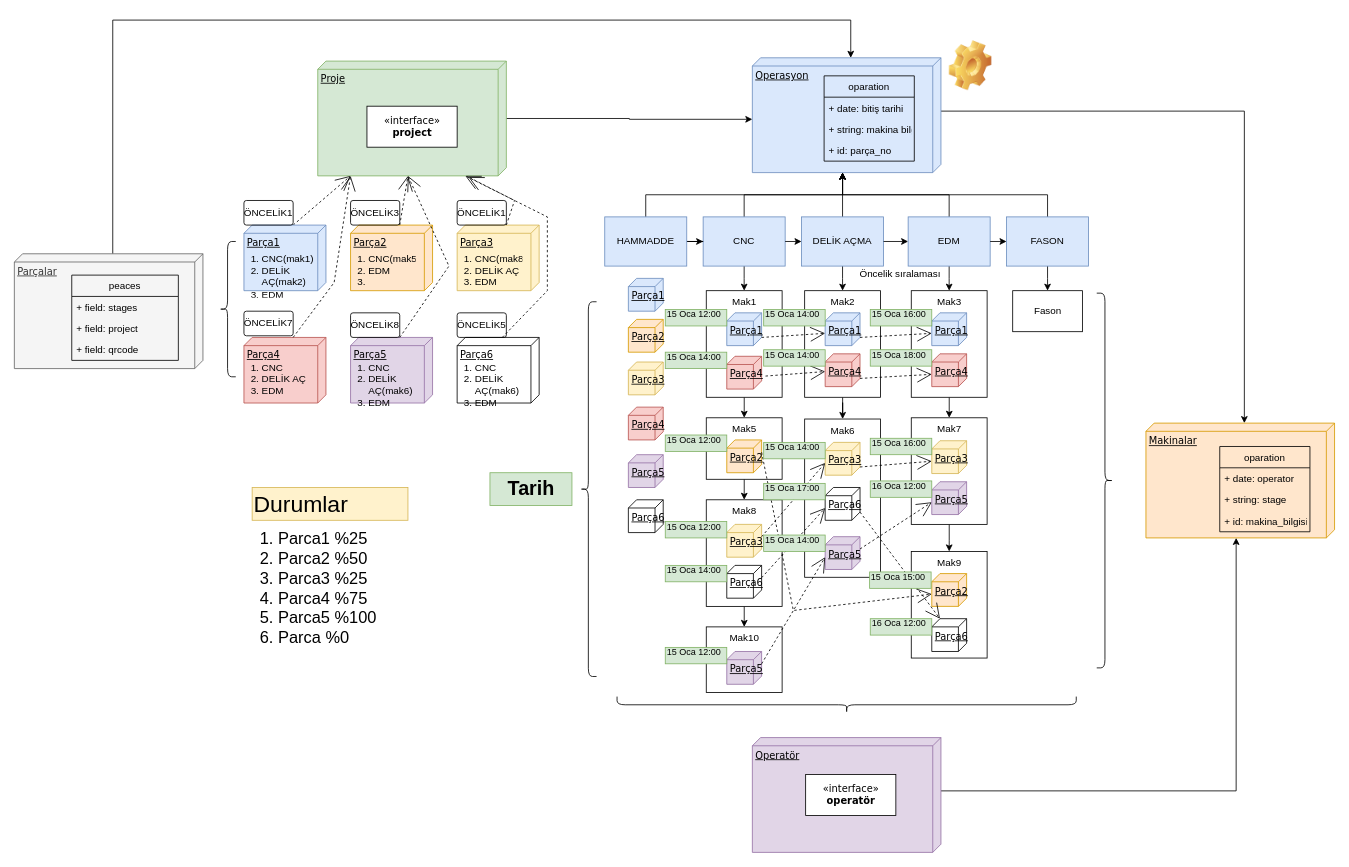
aygunoz/Angular-Plannig-App-All-Frontend keeps this draw.io diagram as Untitled Diagram.drawio. Above is the earlier version. Source tidied: cells renumbered, new cells numbered last; positions are measured from the earlier drawing's top-left corner, leaving out a move shared by most shapes. Both pictures are drawn from the tidied source at 82%, with x=0, y=0 at pixel (14, 20).
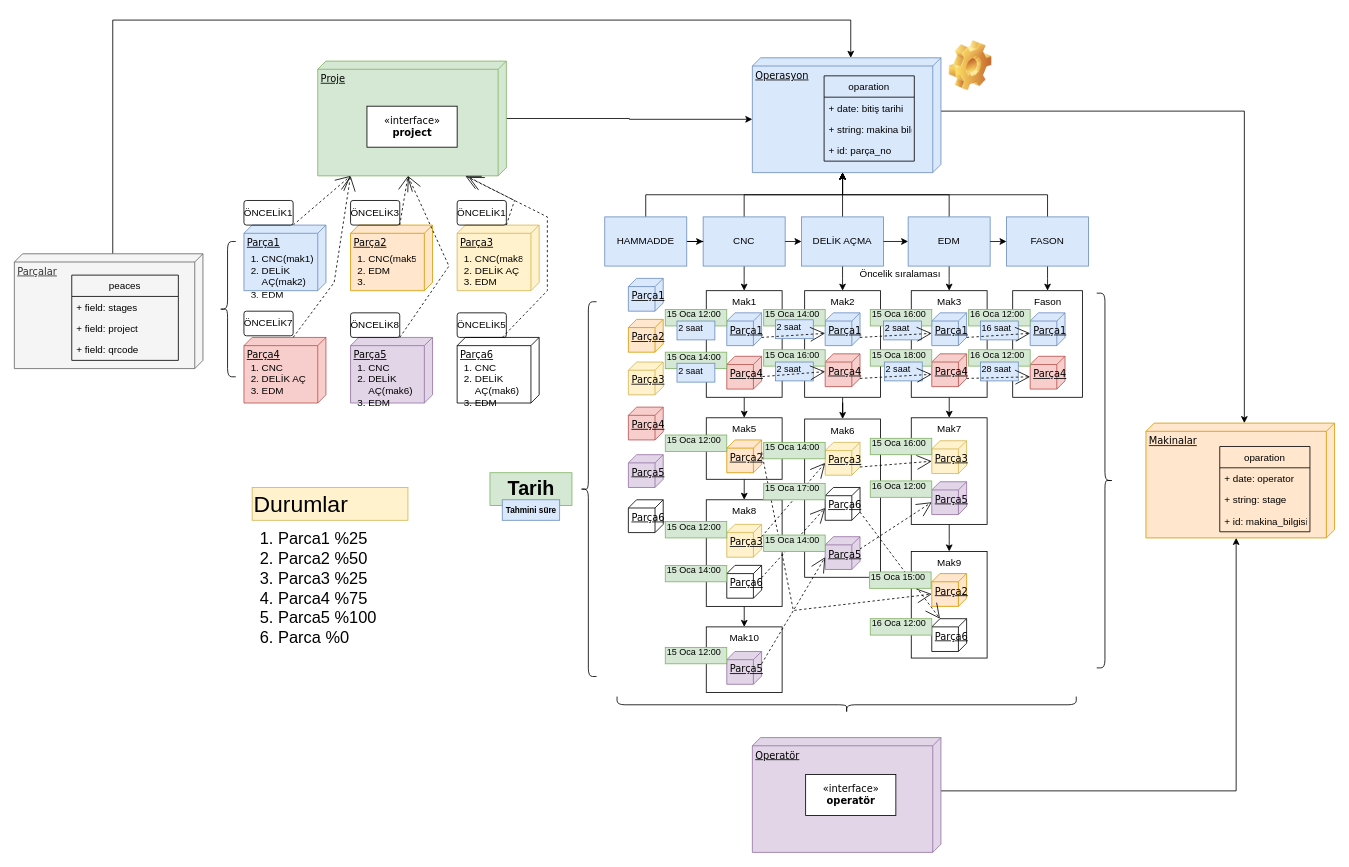
Above is the later version.

The change refers to these unchanged cells:
```xml
<mxCell id="90" value="&lt;div&gt;Parça1&lt;/div&gt;&lt;div&gt;&lt;pre&gt;&lt;br&gt;&lt;/pre&gt;&lt;/div&gt;" style="verticalAlign=top;align=left;spacingTop=8;spacingLeft=2;spacingRight=12;shape=cube;size=10;direction=south;fontStyle=4;html=1;rounded=0;shadow=0;comic=0;labelBackgroundColor=none;strokeWidth=1;fontFamily=Verdana;fontSize=12;fillColor=#dae8fc;strokeColor=#6c8ebf;" parent="1" vertex="1">
  <mxGeometry x="868.8" y="357" width="42.5" height="40" as="geometry" />
</mxCell>
<mxCell id="92" value="Parça4" style="verticalAlign=top;align=left;spacingTop=8;spacingLeft=2;spacingRight=12;shape=cube;size=10;direction=south;fontStyle=4;html=1;rounded=0;shadow=0;comic=0;labelBackgroundColor=none;strokeWidth=1;fontFamily=Verdana;fontSize=12;fillColor=#f8cecc;strokeColor=#b85450;" parent="1" vertex="1">
  <mxGeometry x="868.8" y="410" width="42.5" height="40" as="geometry" />
</mxCell>
<mxCell id="96" value="&lt;div&gt;Parça1&lt;/div&gt;&lt;div&gt;&lt;pre&gt;&lt;br&gt;&lt;/pre&gt;&lt;/div&gt;" style="verticalAlign=top;align=left;spacingTop=8;spacingLeft=2;spacingRight=12;shape=cube;size=10;direction=south;fontStyle=4;html=1;rounded=0;shadow=0;comic=0;labelBackgroundColor=none;strokeWidth=1;fontFamily=Verdana;fontSize=12;fillColor=#dae8fc;strokeColor=#6c8ebf;" parent="1" vertex="1">
  <mxGeometry x="988.8" y="357" width="42.5" height="40" as="geometry" />
</mxCell>
<mxCell id="100" value="Parça4" style="verticalAlign=top;align=left;spacingTop=8;spacingLeft=2;spacingRight=12;shape=cube;size=10;direction=south;fontStyle=4;html=1;rounded=0;shadow=0;comic=0;labelBackgroundColor=none;strokeWidth=1;fontFamily=Verdana;fontSize=12;fillColor=#f8cecc;strokeColor=#b85450;" parent="1" vertex="1">
  <mxGeometry x="988.8" y="407" width="42.5" height="40" as="geometry" />
</mxCell>
<mxCell id="101" value="&lt;div&gt;Parça1&lt;/div&gt;&lt;div&gt;&lt;pre&gt;&lt;br&gt;&lt;/pre&gt;&lt;/div&gt;" style="verticalAlign=top;align=left;spacingTop=8;spacingLeft=2;spacingRight=12;shape=cube;size=10;direction=south;fontStyle=4;html=1;rounded=0;shadow=0;comic=0;labelBackgroundColor=none;strokeWidth=1;fontFamily=Verdana;fontSize=12;fillColor=#dae8fc;strokeColor=#6c8ebf;" parent="1" vertex="1">
  <mxGeometry x="1118.8" y="357" width="42.5" height="40" as="geometry" />
</mxCell>
<mxCell id="104" value="Parça4" style="verticalAlign=top;align=left;spacingTop=8;spacingLeft=2;spacingRight=12;shape=cube;size=10;direction=south;fontStyle=4;html=1;rounded=0;shadow=0;comic=0;labelBackgroundColor=none;strokeWidth=1;fontFamily=Verdana;fontSize=12;fillColor=#f8cecc;strokeColor=#b85450;" parent="1" vertex="1">
  <mxGeometry x="1118.8" y="407" width="42.5" height="40" as="geometry" />
</mxCell>
```

What changed in the source:
```diff
@@
-    <mxCell id="42" value="Fason" style="html=1;" parent="1" vertex="1">
-      <mxGeometry x="1217.5" y="330" width="85" height="50" as="geometry" />
+    <mxCell id="42" value="Fason" style="html=1;verticalAlign=top;" parent="1" vertex="1">
+      <mxGeometry x="1217.5" y="330" width="85" height="130" as="geometry" />
     </mxCell>
@@
-    <mxCell id="107" style="edgeStyle=none;rounded=0;html=1;dashed=1;labelBackgroundColor=none;startArrow=none;startFill=0;startSize=8;endArrow=open;endFill=0;endSize=16;fontFamily=Verdana;fontSize=12;exitX=0;exitY=0;exitDx=30;exitDy=0;exitPerimeter=0;entryX=0;entryY=0;entryDx=25;entryDy=42.5;entryPerimeter=0;" parent="1" edge="1" source="90" target="96">
-      <mxGeometry relative="1" as="geometry" />
-    </mxCell>
-    <mxCell id="108" style="edgeStyle=none;rounded=0;html=1;dashed=1;labelBackgroundColor=none;startArrow=none;startFill=0;startSize=8;endArrow=open;endFill=0;endSize=16;fontFamily=Verdana;fontSize=12;exitX=0.603;exitY=-0.112;exitDx=0;exitDy=0;exitPerimeter=0;" parent="1" edge="1" source="92" target="100">
-      <mxGeometry relative="1" as="geometry" />
-    </mxCell>
@@
-    <mxCell id="112" style="edgeStyle=none;rounded=0;html=1;dashed=1;labelBackgroundColor=none;startArrow=none;startFill=0;startSize=8;endArrow=open;endFill=0;endSize=16;fontFamily=Verdana;fontSize=12;exitX=0;exitY=0;exitDx=30;exitDy=0;exitPerimeter=0;entryX=0;entryY=0;entryDx=25;entryDy=42.5;entryPerimeter=0;" parent="1" edge="1" source="96" target="101">
-      <mxGeometry relative="1" as="geometry" />
-    </mxCell>
-    <mxCell id="113" style="edgeStyle=none;rounded=0;html=1;dashed=1;labelBackgroundColor=none;startArrow=none;startFill=0;startSize=8;endArrow=open;endFill=0;endSize=16;fontFamily=Verdana;fontSize=12;exitX=0;exitY=0;exitDx=30;exitDy=0;exitPerimeter=0;entryX=0;entryY=0;entryDx=25;entryDy=42.5;entryPerimeter=0;" parent="1" edge="1" source="100" target="104">
-      <mxGeometry relative="1" as="geometry" />
-    </mxCell>
@@
-    <mxCell id="124" value="&lt;font style=&quot;font-size: 11px;&quot;&gt;15 Oca 12:00&lt;/font&gt;" style="text;html=1;strokeColor=#82b366;fillColor=#d5e8d4;align=left;verticalAlign=bottom;whiteSpace=wrap;rounded=0;fontSize=28;horizontal=1;" parent="1" vertex="1">
+    <mxCell id="124" value="&lt;font style=&quot;font-size: 11px; line-height: 0.8;&quot;&gt;15 Oca 12:00&amp;nbsp;&lt;/font&gt;" style="text;html=1;strokeColor=#82b366;fillColor=#d5e8d4;align=left;verticalAlign=bottom;whiteSpace=wrap;rounded=0;fontSize=28;horizontal=1;" parent="1" vertex="1">
       <mxGeometry x="793.8" y="353" width="75" height="20" as="geometry" />
     </mxCell>
@@
-    <mxCell id="128" value="&lt;font style=&quot;font-size: 11px;&quot;&gt;15 Oca 14:00&lt;/font&gt;" style="text;html=1;strokeColor=#82b366;fillColor=#d5e8d4;align=left;verticalAlign=bottom;whiteSpace=wrap;rounded=0;fontSize=28;horizontal=1;" parent="1" vertex="1">
+    <mxCell id="128" value="&lt;font style=&quot;font-size: 11px;&quot;&gt;15 Oca 16:00&lt;/font&gt;" style="text;html=1;strokeColor=#82b366;fillColor=#d5e8d4;align=left;verticalAlign=bottom;whiteSpace=wrap;rounded=0;fontSize=28;horizontal=1;" parent="1" vertex="1">
       <mxGeometry x="913.8" y="402" width="75" height="20" as="geometry" />
     </mxCell>
@@
+    <mxCell id="143" value="&lt;div&gt;Parça1&lt;/div&gt;&lt;div&gt;&lt;pre&gt;&lt;br&gt;&lt;/pre&gt;&lt;/div&gt;" style="verticalAlign=top;align=left;spacingTop=8;spacingLeft=2;spacingRight=12;shape=cube;size=10;direction=south;fontStyle=4;html=1;rounded=0;shadow=0;comic=0;labelBackgroundColor=none;strokeWidth=1;fontFamily=Verdana;fontSize=12;fillColor=#dae8fc;strokeColor=#6c8ebf;" parent="1" vertex="1">
+      <mxGeometry x="1238.8" y="357" width="42.5" height="40" as="geometry" />
+    </mxCell>
+    <mxCell id="144" value="Parça4" style="verticalAlign=top;align=left;spacingTop=8;spacingLeft=2;spacingRight=12;shape=cube;size=10;direction=south;fontStyle=4;html=1;rounded=0;shadow=0;comic=0;labelBackgroundColor=none;strokeWidth=1;fontFamily=Verdana;fontSize=12;fillColor=#f8cecc;strokeColor=#b85450;" parent="1" vertex="1">
+      <mxGeometry x="1238.8" y="410" width="42.5" height="40" as="geometry" />
+    </mxCell>
+    <mxCell id="145" value="&lt;font style=&quot;font-size: 11px;&quot;&gt;16 Oca 12:00&lt;/font&gt;" style="text;html=1;strokeColor=#82b366;fillColor=#d5e8d4;align=left;verticalAlign=bottom;whiteSpace=wrap;rounded=0;fontSize=28;horizontal=1;" parent="1" vertex="1">
+      <mxGeometry x="1163.8" y="353" width="75" height="20" as="geometry" />
+    </mxCell>
+    <mxCell id="146" value="&lt;font style=&quot;font-size: 11px;&quot;&gt;16 Oca 12:00&lt;/font&gt;" style="text;html=1;strokeColor=#82b366;fillColor=#d5e8d4;align=left;verticalAlign=bottom;whiteSpace=wrap;rounded=0;fontSize=28;horizontal=1;" parent="1" vertex="1">
+      <mxGeometry x="1163.8" y="402" width="75" height="20" as="geometry" />
+    </mxCell>
+    <mxCell id="147" value="&lt;span style=&quot;font-size: 11px;&quot;&gt;2 saat&lt;/span&gt;" style="text;html=1;strokeColor=#6c8ebf;fillColor=#dae8fc;align=left;verticalAlign=bottom;whiteSpace=wrap;rounded=0;fontSize=28;horizontal=1;" parent="1" vertex="1">
+      <mxGeometry x="808.1" y="367" width="46.2" height="23" as="geometry" />
+    </mxCell>
+    <mxCell id="148" value="&lt;font style=&quot;font-size: 10px;&quot;&gt;Tahmini süre&lt;/font&gt;" style="text;strokeColor=#6c8ebf;fillColor=#dae8fc;html=1;fontSize=24;fontStyle=1;verticalAlign=bottom;align=center;spacing=2;" parent="1" vertex="1">
+      <mxGeometry x="595" y="585" width="70" height="25" as="geometry" />
+    </mxCell>
+    <mxCell id="149" value="&lt;span style=&quot;font-size: 11px;&quot;&gt;2 saat&lt;/span&gt;" style="text;html=1;strokeColor=#6c8ebf;fillColor=#dae8fc;align=left;verticalAlign=bottom;whiteSpace=wrap;rounded=0;fontSize=28;horizontal=1;" parent="1" vertex="1">
+      <mxGeometry x="928.1" y="365.5" width="46.2" height="23" as="geometry" />
+    </mxCell>
+    <mxCell id="107" style="edgeStyle=none;rounded=0;html=1;dashed=1;labelBackgroundColor=none;startArrow=none;startFill=0;startSize=8;endArrow=open;endFill=0;endSize=16;fontFamily=Verdana;fontSize=12;exitX=0;exitY=0;exitDx=30;exitDy=0;exitPerimeter=0;entryX=0;entryY=0;entryDx=25;entryDy=42.5;entryPerimeter=0;" parent="1" edge="1" source="90" target="96">
+      <mxGeometry relative="1" as="geometry" />
+    </mxCell>
+    <mxCell id="150" value="&lt;span style=&quot;font-size: 11px;&quot;&gt;2 saat&lt;/span&gt;" style="text;html=1;strokeColor=#6c8ebf;fillColor=#dae8fc;align=left;verticalAlign=bottom;whiteSpace=wrap;rounded=0;fontSize=28;horizontal=1;" parent="1" vertex="1">
+      <mxGeometry x="1060" y="367" width="46.2" height="23" as="geometry" />
+    </mxCell>
+    <mxCell id="112" style="edgeStyle=none;rounded=0;html=1;dashed=1;labelBackgroundColor=none;startArrow=none;startFill=0;startSize=8;endArrow=open;endFill=0;endSize=16;fontFamily=Verdana;fontSize=12;exitX=0;exitY=0;exitDx=30;exitDy=0;exitPerimeter=0;entryX=0;entryY=0;entryDx=25;entryDy=42.5;entryPerimeter=0;" parent="1" edge="1" source="96" target="101">
+      <mxGeometry relative="1" as="geometry" />
+    </mxCell>
+    <mxCell id="151" value="&lt;span style=&quot;font-size: 11px;&quot;&gt;16 saat&lt;/span&gt;" style="text;html=1;strokeColor=#6c8ebf;fillColor=#dae8fc;align=left;verticalAlign=bottom;whiteSpace=wrap;rounded=0;fontSize=28;horizontal=1;" parent="1" vertex="1">
+      <mxGeometry x="1178.1" y="367" width="46.2" height="23" as="geometry" />
+    </mxCell>
+    <mxCell id="152" style="edgeStyle=none;rounded=0;html=1;dashed=1;labelBackgroundColor=none;startArrow=none;startFill=0;startSize=8;endArrow=open;endFill=0;endSize=16;fontFamily=Verdana;fontSize=12;exitX=0;exitY=0;exitDx=30;exitDy=0;exitPerimeter=0;entryX=0;entryY=0;entryDx=25;entryDy=42.5;entryPerimeter=0;" parent="1" edge="1" source="101" target="143">
+      <mxGeometry relative="1" as="geometry" />
+    </mxCell>
+    <mxCell id="153" value="&lt;span style=&quot;font-size: 11px;&quot;&gt;2 saat&lt;/span&gt;" style="text;html=1;strokeColor=#6c8ebf;fillColor=#dae8fc;align=left;verticalAlign=bottom;whiteSpace=wrap;rounded=0;fontSize=28;horizontal=1;" parent="1" vertex="1">
+      <mxGeometry x="808.1" y="418.5" width="46.2" height="23" as="geometry" />
+    </mxCell>
+    <mxCell id="154" value="&lt;span style=&quot;font-size: 11px;&quot;&gt;2 saat&lt;/span&gt;" style="text;html=1;strokeColor=#6c8ebf;fillColor=#dae8fc;align=left;verticalAlign=bottom;whiteSpace=wrap;rounded=0;fontSize=28;horizontal=1;" parent="1" vertex="1">
+      <mxGeometry x="928.1" y="417" width="46.2" height="23" as="geometry" />
+    </mxCell>
+    <mxCell id="108" style="edgeStyle=none;rounded=0;html=1;dashed=1;labelBackgroundColor=none;startArrow=none;startFill=0;startSize=8;endArrow=open;endFill=0;endSize=16;fontFamily=Verdana;fontSize=12;exitX=0.619;exitY=-0.024;exitDx=0;exitDy=0;exitPerimeter=0;" parent="1" edge="1" source="92" target="100">
+      <mxGeometry relative="1" as="geometry" />
+    </mxCell>
+    <mxCell id="155" value="&lt;span style=&quot;font-size: 11px;&quot;&gt;2 saat&lt;/span&gt;" style="text;html=1;strokeColor=#6c8ebf;fillColor=#dae8fc;align=left;verticalAlign=bottom;whiteSpace=wrap;rounded=0;fontSize=28;horizontal=1;" parent="1" vertex="1">
+      <mxGeometry x="1061" y="417" width="46.2" height="23" as="geometry" />
+    </mxCell>
+    <mxCell id="113" style="edgeStyle=none;rounded=0;html=1;dashed=1;labelBackgroundColor=none;startArrow=none;startFill=0;startSize=8;endArrow=open;endFill=0;endSize=16;fontFamily=Verdana;fontSize=12;exitX=0;exitY=0;exitDx=30;exitDy=0;exitPerimeter=0;entryX=0;entryY=0;entryDx=25;entryDy=42.5;entryPerimeter=0;" parent="1" edge="1" source="100" target="104">
+      <mxGeometry relative="1" as="geometry" />
+    </mxCell>
+    <mxCell id="156" value="&lt;span style=&quot;font-size: 11px;&quot;&gt;28 saat&lt;/span&gt;" style="text;html=1;strokeColor=#6c8ebf;fillColor=#dae8fc;align=left;verticalAlign=bottom;whiteSpace=wrap;rounded=0;fontSize=28;horizontal=1;" parent="1" vertex="1">
+      <mxGeometry x="1178.1" y="417" width="46.2" height="23" as="geometry" />
+    </mxCell>
+    <mxCell id="157" style="edgeStyle=none;rounded=0;html=1;dashed=1;labelBackgroundColor=none;startArrow=none;startFill=0;startSize=8;endArrow=open;endFill=0;endSize=16;fontFamily=Verdana;fontSize=12;exitX=0;exitY=0;exitDx=30;exitDy=0;exitPerimeter=0;entryX=0;entryY=0;entryDx=25;entryDy=42.5;entryPerimeter=0;" parent="1" edge="1" source="104" target="144">
+      <mxGeometry relative="1" as="geometry" />
+    </mxCell>
```
